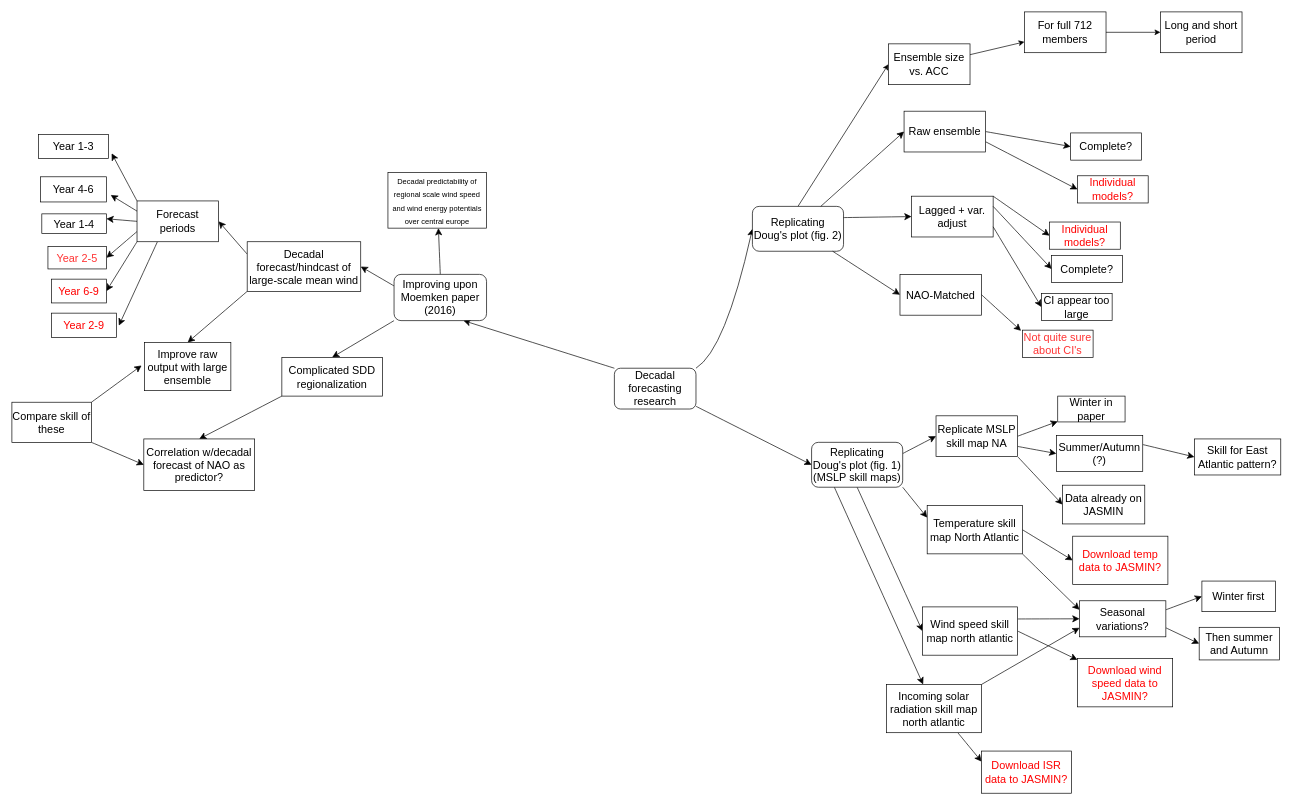
Above: mindmaps/research_plan.drawio in benhutchmet/multi-model-jasmin (draw.io), before the change. Source tidied: cells renumbered, new cells numbered last; positions are measured from the earlier drawing's top-left corner, leaving out a move shared by most shapes. Both pictures are drawn from the tidied source at 68%, with x=0, y=0 at pixel (12, 12).
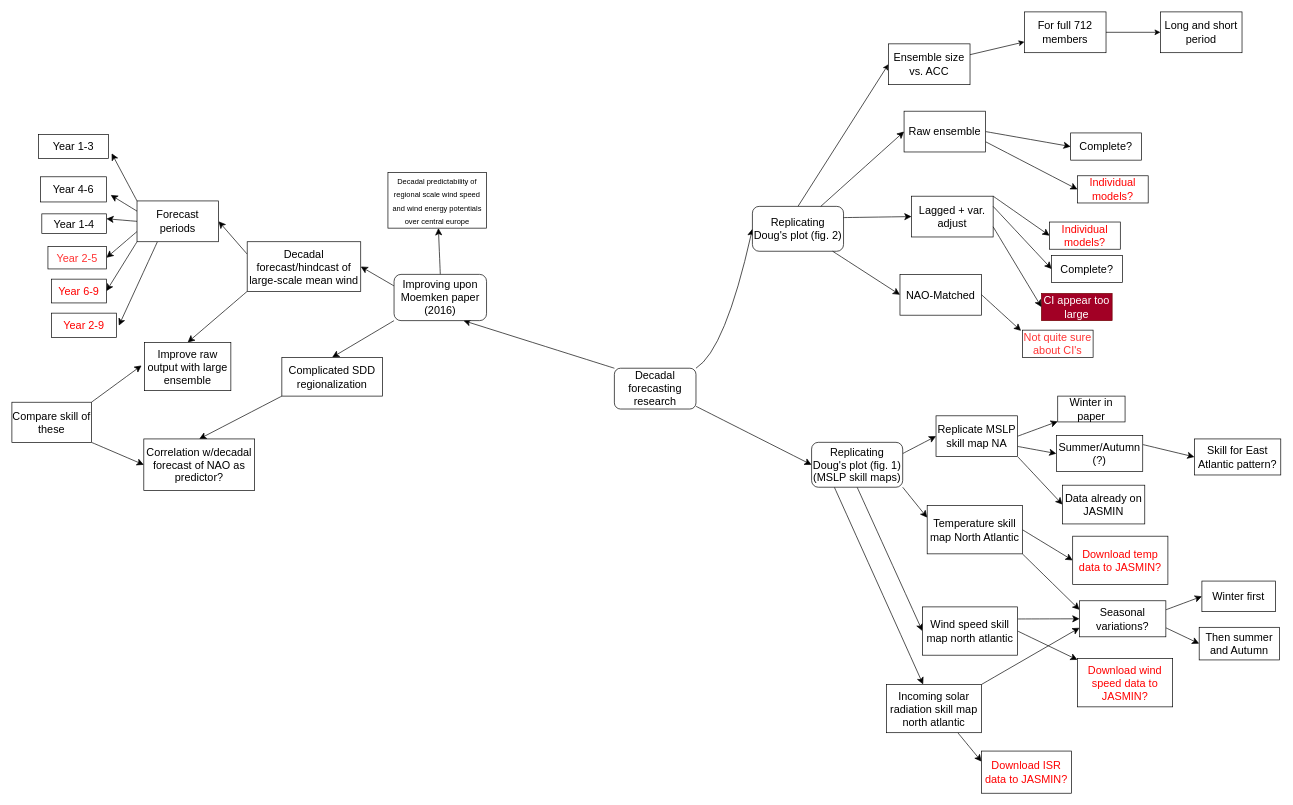
The same diagram, later.

Commit message (it also covers changes not shown here):
plotting function for testing for poster

Change to the diagram source:
```diff
@@
-    <mxCell id="15" value="CI appear too large" style="rounded=0;whiteSpace=wrap;html=1;fontSize=16;" parent="1" vertex="1">
+    <mxCell id="15" value="CI appear too large" style="rounded=0;whiteSpace=wrap;html=1;fontSize=16;fillColor=#a20025;fontColor=#ffffff;strokeColor=#6F0000;" parent="1" vertex="1">
       <mxGeometry x="1514" y="414" width="104" height="40" as="geometry" />
     </mxCell>
```
